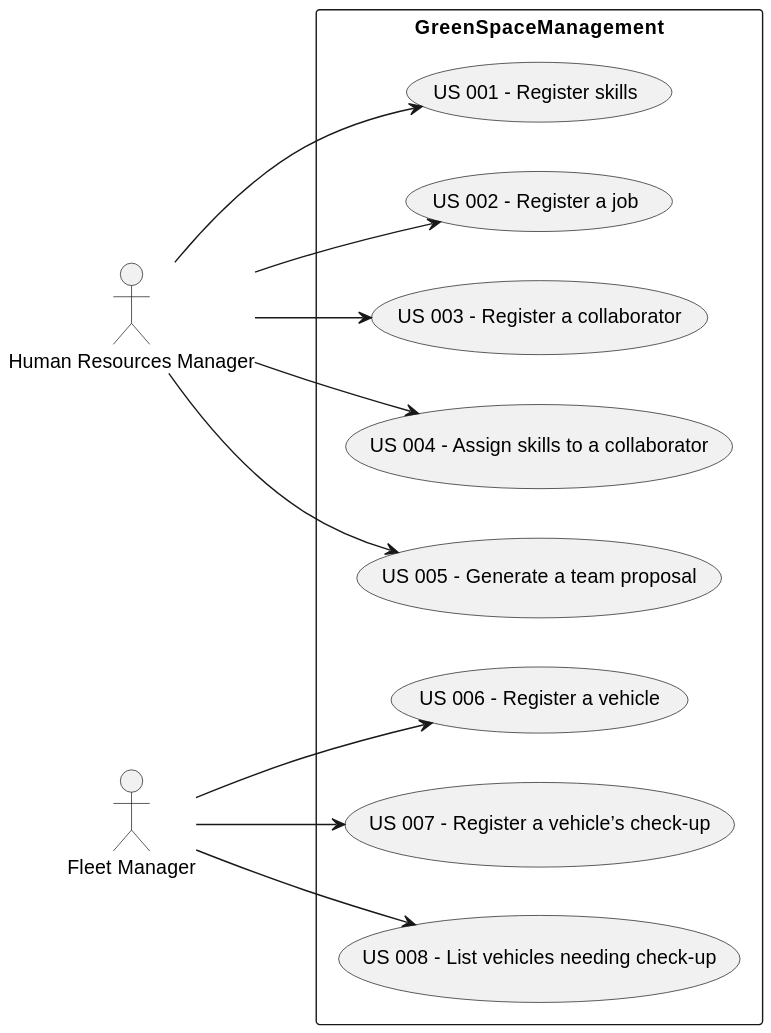
Departamento-de-Engenharia-Informatica/lei-24-s2-1dm-g132 keeps this PlantUML diagram as docs/sprintB/global-artifacts/01.requirements-engineering/svg/use-case-diagram.svg. Above is the earlier version. Its diagram source:
```plantuml
@startuml
left to right direction

actor "Human Resources Manager" as HRM
actor "Fleet Manager" as FM


rectangle GreenSpaceManagement {
  HRM --> (US 001 - Register skills)
  HRM --> (US 002 - Register a job)
  HRM --> (US 003 - Register a collaborator)
  HRM --> (US 004 - Assign skills to a collaborator)
  HRM --> (US 005 - Generate a team proposal)
  FM --> (US 006 - Register a vehicle)
  FM --> (US 007 - Register a vehicle’s check-up)
  FM --> (US 008 - List vehicles needing check-up)
}
@enduml
```
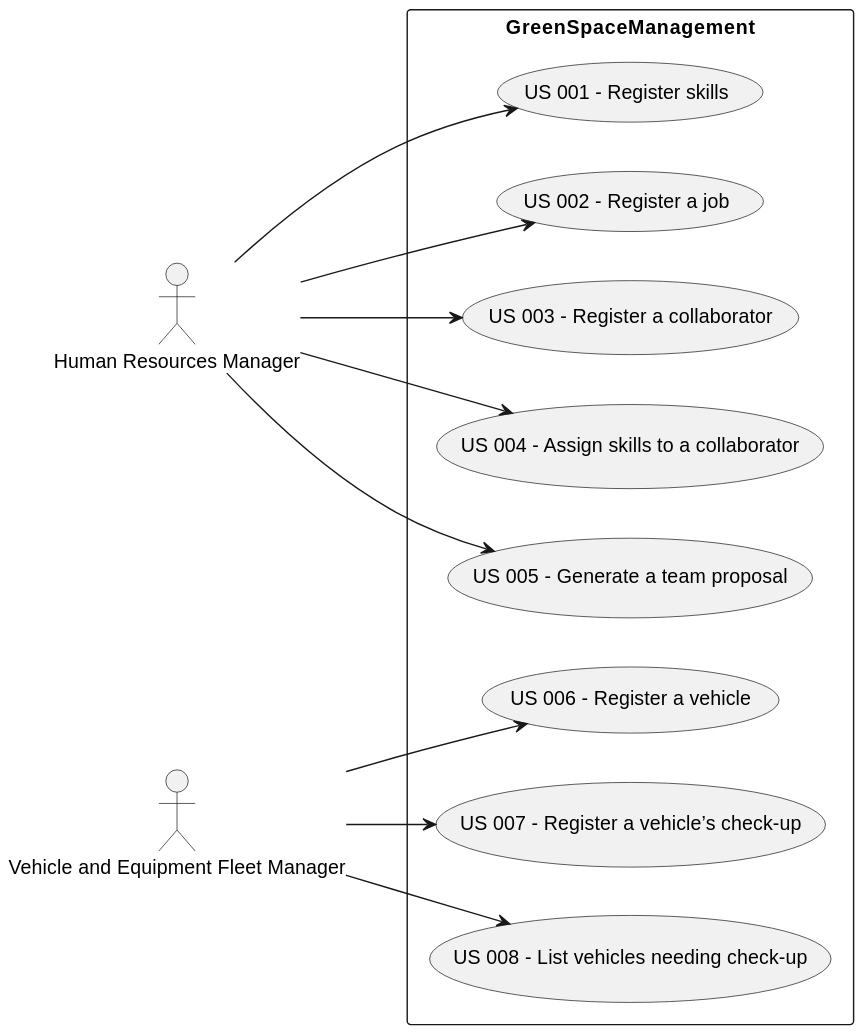
The same file after the commit.

Change to the diagram source:
```diff
@@ -2,7 +2,7 @@
 left to right direction
 
 actor "Human Resources Manager" as HRM
-actor "Fleet Manager" as FM
+actor "Vehicle and Equipment Fleet Manager" as VFM
 
 
 rectangle GreenSpaceManagement {
@@ -11,8 +11,8 @@
   HRM --> (US 003 - Register a collaborator)
   HRM --> (US 004 - Assign skills to a collaborator)
   HRM --> (US 005 - Generate a team proposal)
-  FM --> (US 006 - Register a vehicle)
-  FM --> (US 007 - Register a vehicle’s check-up)
-  FM --> (US 008 - List vehicles needing check-up)
+  VFM --> (US 006 - Register a vehicle)
+  VFM --> (US 007 - Register a vehicle’s check-up)
+  VFM --> (US 008 - List vehicles needing check-up)
 }
 @enduml
```
